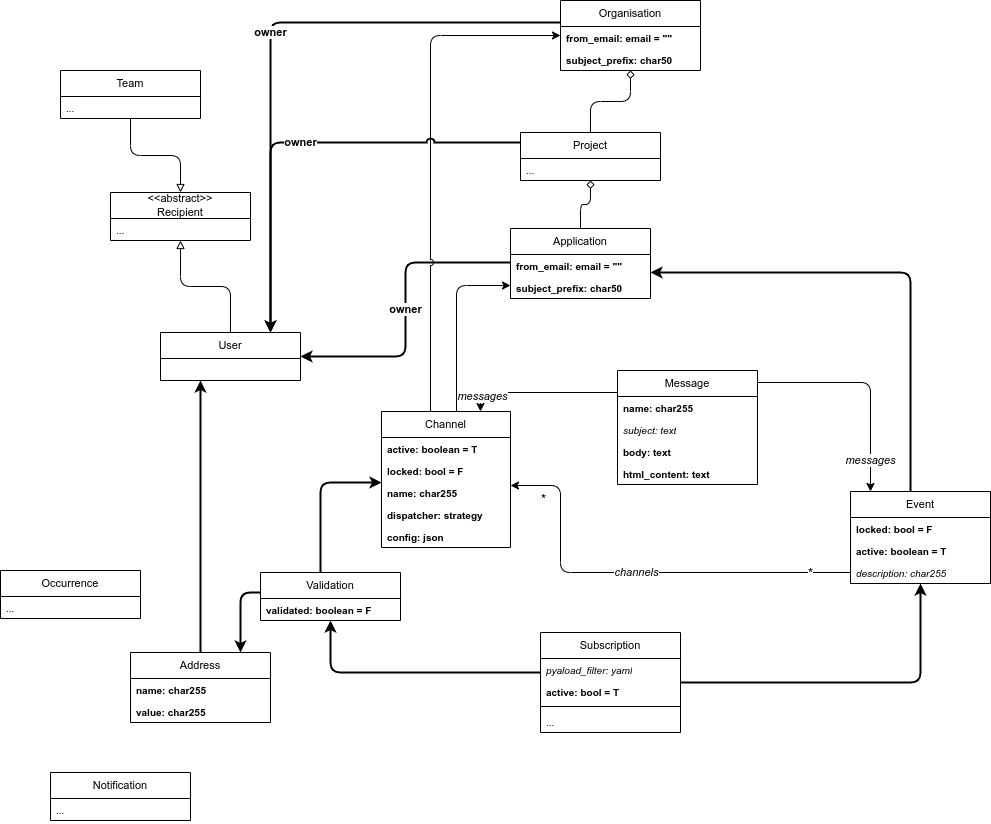
The draw.io diagram docs/BitcasterCD.drawio.png in bitcaster-io/bitcaster, before a commit. Source tidied: cells renumbered, new cells last; positions are measured from the earlier drawing's top-left corner, leaving out a move shared by most shapes.
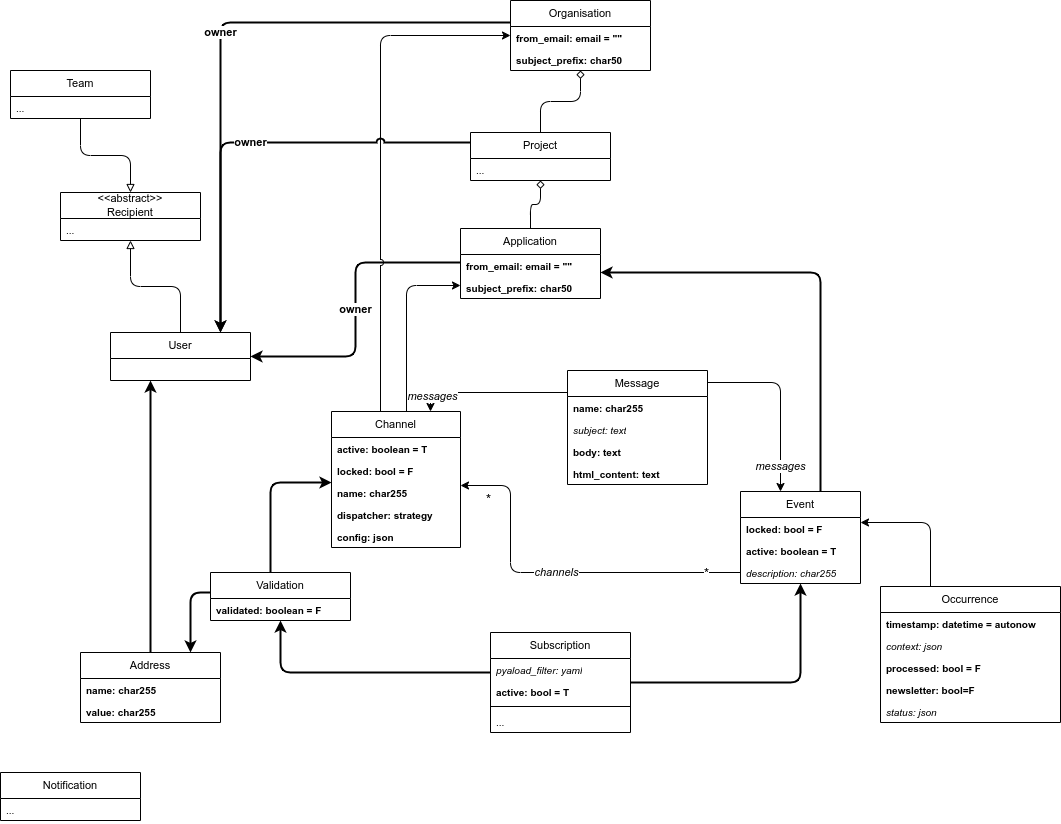
The same diagram one commit later.

The edit, as a diff of the source:
```diff
@@ -5,7 +5,7 @@
     <mxCell id="2" style="edgeStyle=orthogonalEdgeStyle;curved=0;rounded=1;jumpStyle=arc;jettySize=auto;html=1;strokeColor=default;align=center;verticalAlign=middle;fontFamily=Helvetica;fontSize=11;fontColor=default;labelBackgroundColor=default;endArrow=classic;" parent="1" edge="1" source="6" target="39">
       <mxGeometry relative="1" as="geometry">
         <Array as="points">
-          <mxPoint x="870" y="382" />
+          <mxPoint x="830" y="382" />
         </Array>
       </mxGeometry>
     </mxCell>
@@ -123,33 +123,52 @@
     <mxCell id="34" value="config: json" style="text;strokeColor=none;fillColor=none;align=left;verticalAlign=top;spacingLeft=4;spacingRight=4;overflow=hidden;whiteSpace=wrap;html=1;fontSize=10;fontStyle=1;" parent="29" vertex="1">
       <mxGeometry y="114" width="129" height="22" as="geometry" />
     </mxCell>
+    <mxCell id="66" style="edgeStyle=orthogonalEdgeStyle;rounded=1;jettySize=auto;html=1;jumpStyle=arc;" parent="1" edge="1" source="35" target="39">
+      <mxGeometry relative="1" as="geometry">
+        <Array as="points">
+          <mxPoint x="980" y="522" />
+        </Array>
+      </mxGeometry>
+    </mxCell>
     <mxCell id="35" value="Occurrence" style="swimlane;fontStyle=0;horizontal=1;startSize=26;fillColor=none;whiteSpace=wrap;html=1;fontSize=11;" parent="1" vertex="1">
-      <mxGeometry y="570" width="140" height="48" as="geometry" />
+      <mxGeometry x="930" y="586" width="180" height="136" as="geometry" />
     </mxCell>
-    <mxCell id="36" value="..." style="text;strokeColor=none;fillColor=none;align=left;verticalAlign=top;spacingLeft=4;spacingRight=4;overflow=hidden;whiteSpace=wrap;html=1;fontSize=10;" parent="35" vertex="1">
-      <mxGeometry y="26" width="140" height="22" as="geometry" />
+    <mxCell id="36" value="timestamp: datetime = autonow" style="text;strokeColor=none;fillColor=none;align=left;verticalAlign=top;spacingLeft=4;spacingRight=4;overflow=hidden;whiteSpace=wrap;html=1;fontSize=10;fontStyle=1;" parent="35" vertex="1">
+      <mxGeometry y="26" width="180" height="22" as="geometry" />
     </mxCell>
+    <mxCell id="67" value="context: json" style="text;strokeColor=none;fillColor=none;align=left;verticalAlign=top;spacingLeft=4;spacingRight=4;overflow=hidden;whiteSpace=wrap;html=1;fontSize=10;fontStyle=2;" parent="35" vertex="1">
+      <mxGeometry y="48" width="180" height="22" as="geometry" />
+    </mxCell>
+    <mxCell id="68" value="processed: bool = F" style="text;strokeColor=none;fillColor=none;align=left;verticalAlign=top;spacingLeft=4;spacingRight=4;overflow=hidden;whiteSpace=wrap;html=1;fontSize=10;fontStyle=1;" parent="35" vertex="1">
+      <mxGeometry y="70" width="180" height="22" as="geometry" />
+    </mxCell>
+    <mxCell id="69" value="newsletter: bool=F" style="text;strokeColor=none;fillColor=none;align=left;verticalAlign=top;spacingLeft=4;spacingRight=4;overflow=hidden;whiteSpace=wrap;html=1;fontSize=10;fontStyle=1;" parent="35" vertex="1">
+      <mxGeometry y="92" width="180" height="22" as="geometry" />
+    </mxCell>
+    <mxCell id="70" value="status: json" style="text;strokeColor=none;fillColor=none;align=left;verticalAlign=top;spacingLeft=4;spacingRight=4;overflow=hidden;whiteSpace=wrap;html=1;fontSize=10;fontStyle=2;" parent="35" vertex="1">
+      <mxGeometry y="114" width="180" height="22" as="geometry" />
+    </mxCell>
     <mxCell id="37" style="edgeStyle=orthogonalEdgeStyle;rounded=1;jettySize=auto;html=1;curved=0;jumpStyle=arc;strokeWidth=2;" parent="1" edge="1" source="22" target="39">
       <mxGeometry relative="1" as="geometry" />
     </mxCell>
     <mxCell id="38" style="edgeStyle=orthogonalEdgeStyle;curved=0;rounded=1;jumpStyle=arc;jettySize=auto;html=1;strokeColor=default;align=center;verticalAlign=middle;fontFamily=Helvetica;fontSize=11;fontColor=default;labelBackgroundColor=default;endArrow=classic;strokeWidth=2;" parent="1" edge="1" source="39" target="19">
       <mxGeometry relative="1" as="geometry">
         <Array as="points">
-          <mxPoint x="910" y="272" />
+          <mxPoint x="870" y="272" />
         </Array>
       </mxGeometry>
     </mxCell>
     <mxCell id="39" value="Event" style="swimlane;fontStyle=0;horizontal=1;startSize=26;fillColor=none;whiteSpace=wrap;html=1;fontSize=11;" parent="1" vertex="1">
-      <mxGeometry x="850" y="491" width="140" height="92" as="geometry" />
+      <mxGeometry x="790" y="491" width="120" height="92" as="geometry" />
     </mxCell>
     <mxCell id="40" value="locked: bool = F" style="text;strokeColor=none;fillColor=none;align=left;verticalAlign=top;spacingLeft=4;spacingRight=4;overflow=hidden;whiteSpace=wrap;html=1;fontSize=10;fontStyle=1;" parent="39" vertex="1">
-      <mxGeometry y="26" width="140" height="22" as="geometry" />
+      <mxGeometry y="26" width="120" height="22" as="geometry" />
     </mxCell>
     <mxCell id="41" value="active: boolean = T" style="text;strokeColor=none;fillColor=none;align=left;verticalAlign=top;spacingLeft=4;spacingRight=4;overflow=hidden;whiteSpace=wrap;html=1;fontSize=10;fontStyle=1;" parent="39" vertex="1">
-      <mxGeometry y="48" width="140" height="22" as="geometry" />
+      <mxGeometry y="48" width="120" height="22" as="geometry" />
     </mxCell>
     <mxCell id="42" value="description: char255" style="text;strokeColor=none;fillColor=none;align=left;verticalAlign=top;spacingLeft=4;spacingRight=4;overflow=hidden;whiteSpace=wrap;html=1;fontSize=10;fontStyle=2;" parent="39" vertex="1">
-      <mxGeometry y="70" width="140" height="22" as="geometry" />
+      <mxGeometry y="70" width="120" height="22" as="geometry" />
     </mxCell>
     <mxCell id="43" value="&amp;lt;&amp;lt;abstract&amp;gt;&amp;gt;&lt;div&gt;Recipient&lt;/div&gt;" style="swimlane;fontStyle=0;horizontal=1;startSize=26;fillColor=none;whiteSpace=wrap;html=1;fontSize=11;" parent="1" vertex="1">
       <mxGeometry x="110" y="192" width="140" height="48" as="geometry" />
```
